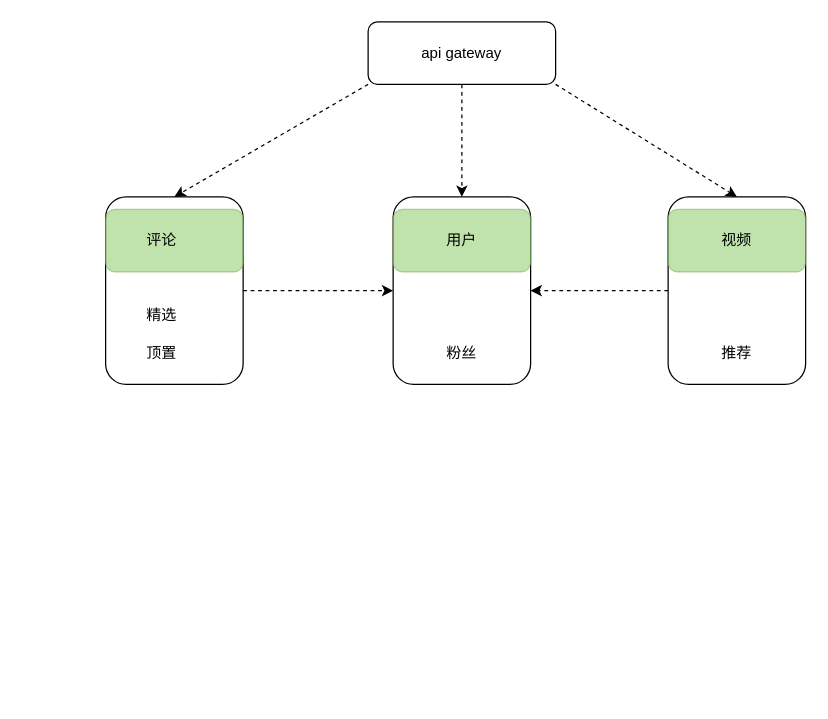
Earlier version of the draw.io diagram img/未命名绘图.drawio (JpypyJ/mypic). Source tidied: cells renumbered, new cells numbered last; positions are measured from the earlier drawing's top-left corner, leaving out a move shared by most shapes. Both pictures are drawn from the tidied source at 125%, with x=0, y=0 at pixel (105, 21).
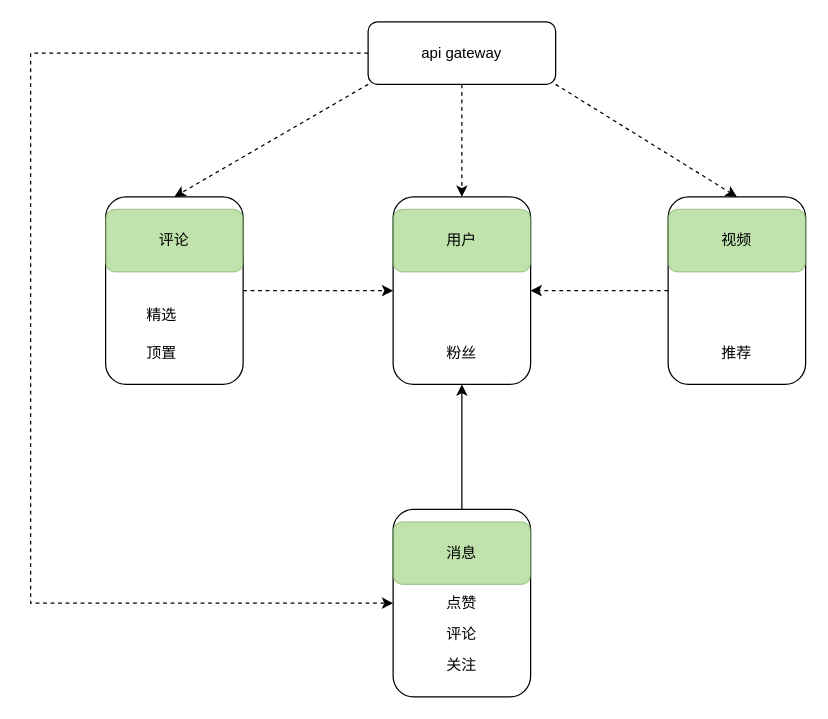
The same page after the edit.

Commit message:
更新业务模型划分.drawio

Unchanged cells that the change refers to:
```xml
<mxCell id="3" value="api gateway" style="rounded=1;whiteSpace=wrap;html=1;" parent="1" vertex="1">
  <mxGeometry x="210" width="150" height="50" as="geometry" />
</mxCell>
<mxCell id="6" style="rounded=1;whiteSpace=wrap;html=1;" parent="1" vertex="1">
  <mxGeometry x="230" y="140" width="110" height="150" as="geometry" />
</mxCell>
```

What changed in the source:
```diff
@@
+    <mxCell id="21" style="edgeStyle=orthogonalEdgeStyle;rounded=0;jettySize=auto;html=1;entryX=0;entryY=0.5;entryDx=0;entryDy=0;dashed=1;" parent="1" edge="1" source="3" target="23">
+      <mxGeometry relative="1" as="geometry">
+        <Array as="points">
+          <mxPoint x="-60" y="25" />
+          <mxPoint x="-60" y="465" />
+        </Array>
+      </mxGeometry>
+    </mxCell>
@@
     <mxCell id="17" value="评论" style="text;html=1;strokeColor=none;fillColor=none;align=center;verticalAlign=middle;whiteSpace=wrap;rounded=0;opacity=60;" parent="1" vertex="1">
-      <mxGeometry x="15" y="160" width="60" height="30" as="geometry" />
+      <mxGeometry x="25" y="160" width="60" height="30" as="geometry" />
     </mxCell>
@@
+    <mxCell id="22" style="edgeStyle=orthogonalEdgeStyle;rounded=0;jettySize=auto;html=1;entryX=0.5;entryY=1;entryDx=0;entryDy=0;" parent="1" edge="1" source="23" target="6">
+      <mxGeometry relative="1" as="geometry" />
+    </mxCell>
+    <mxCell id="23" style="rounded=1;whiteSpace=wrap;html=1;" parent="1" vertex="1">
+      <mxGeometry x="230" y="390" width="110" height="150" as="geometry" />
+    </mxCell>
+    <mxCell id="24" style="rounded=1;whiteSpace=wrap;html=1;opacity=60;fillColor=#97D077;strokeColor=#82b366;" parent="1" vertex="1">
+      <mxGeometry x="230" y="400" width="110" height="50" as="geometry" />
+    </mxCell>
+    <mxCell id="25" value="关注" style="text;html=1;strokeColor=none;fillColor=none;align=center;verticalAlign=middle;whiteSpace=wrap;rounded=0;opacity=60;" parent="1" vertex="1">
+      <mxGeometry x="255" y="500" width="60" height="30" as="geometry" />
+    </mxCell>
+    <mxCell id="26" value="消息" style="text;html=1;strokeColor=none;fillColor=none;align=center;verticalAlign=middle;whiteSpace=wrap;rounded=0;opacity=60;" parent="1" vertex="1">
+      <mxGeometry x="255" y="410" width="60" height="30" as="geometry" />
+    </mxCell>
+    <mxCell id="27" value="评论" style="text;html=1;strokeColor=none;fillColor=none;align=center;verticalAlign=middle;whiteSpace=wrap;rounded=0;opacity=60;" parent="1" vertex="1">
+      <mxGeometry x="255" y="475" width="60" height="30" as="geometry" />
+    </mxCell>
+    <mxCell id="28" value="点赞" style="text;html=1;strokeColor=none;fillColor=none;align=center;verticalAlign=middle;whiteSpace=wrap;rounded=0;opacity=60;" parent="1" vertex="1">
+      <mxGeometry x="255" y="450" width="60" height="30" as="geometry" />
+    </mxCell>
```
